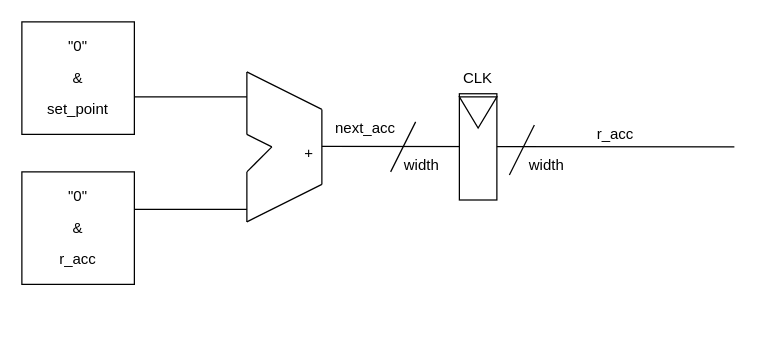
Above: Oblig7/pdm_datapath_diagram.drawio in jrundht/IN3160 (draw.io), before the change. Source tidied: cells renumbered, new cells numbered last; positions are measured from the earlier drawing's top-left corner, leaving out a move shared by most shapes. Both pictures are drawn from the tidied source at 125%, with x=0, y=0 at pixel (21, 21).
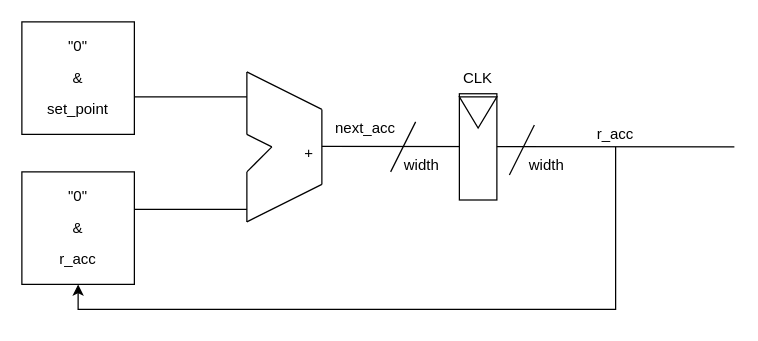
Above is the later version.

Unchanged cells that the change refers to:
```xml
<mxCell id="3" style="rounded=0;whiteSpace=wrap;html=1;" parent="2" vertex="1">
  <mxGeometry width="90" height="90" as="geometry" />
</mxCell>
<mxCell id="32" value="r_acc" style="text;html=1;align=center;verticalAlign=middle;whiteSpace=wrap;rounded=0;" parent="1" vertex="1">
  <mxGeometry x="460" y="80" width="30" height="20" as="geometry" />
</mxCell>
```

Diff of the diagram source:
```diff
@@
+    <mxCell id="34" style="edgeStyle=orthogonalEdgeStyle;rounded=0;jettySize=auto;html=1;entryX=0.5;entryY=1;entryDx=0;entryDy=0;" parent="1" edge="1" source="32" target="3">
+      <mxGeometry relative="1" as="geometry">
+        <Array as="points">
+          <mxPoint x="475" y="230" />
+          <mxPoint x="45" y="230" />
+        </Array>
+      </mxGeometry>
+    </mxCell>
```
